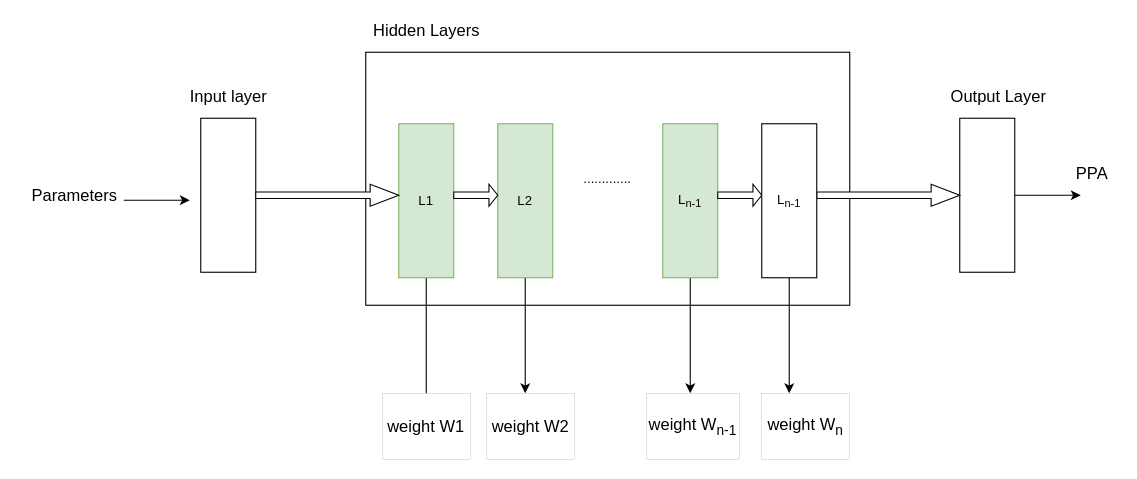
Before: diag1.drawio in AbhishekSengupta7/EDA-Seminar-TU-Munich, a draw.io diagram. Source tidied: cells renumbered, new cells numbered last; positions are measured from the earlier drawing's top-left corner, leaving out a move shared by most shapes. Both pictures are drawn from the tidied source at 110%, with x=0, y=0 at pixel (24, 19).
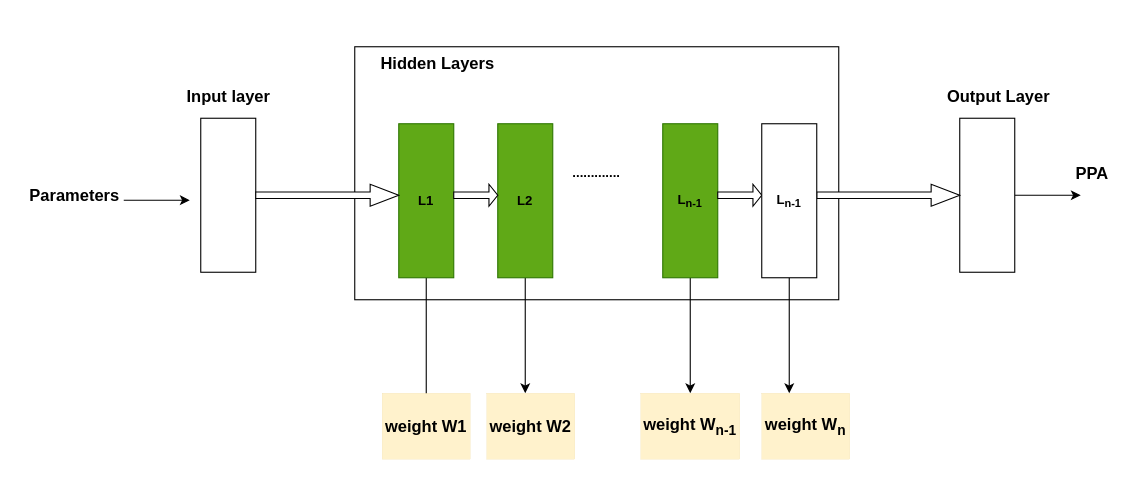
The same page after the edit.

Diff of the diagram source:
```diff
@@
-    <mxCell id="2" value="............." style="rounded=0;whiteSpace=wrap;html=1;" parent="1" vertex="1">
-      <mxGeometry x="310" y="30" width="440" height="230" as="geometry" />
+    <mxCell id="2" value="............." style="rounded=0;whiteSpace=wrap;html=1;fontStyle=1;" parent="1" vertex="1">
+      <mxGeometry x="300" y="25" width="440" height="230" as="geometry" />
     </mxCell>
-    <mxCell id="3" style="edgeStyle=orthogonalEdgeStyle;rounded=0;jettySize=auto;html=1;exitX=0.5;exitY=1;exitDx=0;exitDy=0;fontSize=4;" parent="1" edge="1" source="4">
+    <mxCell id="3" style="edgeStyle=orthogonalEdgeStyle;rounded=0;jettySize=auto;html=1;exitX=0.5;exitY=1;exitDx=0;exitDy=0;fontSize=4;fontStyle=1;" parent="1" edge="1" source="4">
       <mxGeometry relative="1" as="geometry">
         <mxPoint x="365" y="350" as="targetPoint" />
       </mxGeometry>
     </mxCell>
-    <mxCell id="4" value="L1" style="rounded=0;whiteSpace=wrap;html=1;fillColor=#d5e8d4;strokeColor=#82b366;" parent="1" vertex="1">
+    <mxCell id="4" value="L1" style="rounded=0;whiteSpace=wrap;html=1;fillColor=#60a917;strokeColor=#2D7600;fontStyle=1;fontColor=#000000;" parent="1" vertex="1">
       <mxGeometry x="340" y="95" width="50" height="140" as="geometry" />
     </mxCell>
-    <mxCell id="5" style="edgeStyle=orthogonalEdgeStyle;rounded=0;jettySize=auto;html=1;exitX=0.5;exitY=1;exitDx=0;exitDy=0;fontSize=15;" parent="1" edge="1" source="6">
+    <mxCell id="5" style="edgeStyle=orthogonalEdgeStyle;rounded=0;jettySize=auto;html=1;exitX=0.5;exitY=1;exitDx=0;exitDy=0;fontSize=15;fontStyle=1;" parent="1" edge="1" source="6">
       <mxGeometry relative="1" as="geometry">
         <mxPoint x="455" y="340" as="targetPoint" />
       </mxGeometry>
     </mxCell>
-    <mxCell id="6" value="L2" style="rounded=0;whiteSpace=wrap;html=1;fillColor=#d5e8d4;strokeColor=#82b366;" parent="1" vertex="1">
+    <mxCell id="6" value="L2" style="rounded=0;whiteSpace=wrap;html=1;fillColor=#60a917;strokeColor=#2D7600;fontStyle=1;fontColor=#000000;" parent="1" vertex="1">
       <mxGeometry x="430" y="95" width="50" height="140" as="geometry" />
     </mxCell>
-    <mxCell id="7" style="edgeStyle=orthogonalEdgeStyle;rounded=0;jettySize=auto;html=1;exitX=0.5;exitY=1;exitDx=0;exitDy=0;fontSize=15;" parent="1" edge="1" source="8">
+    <mxCell id="7" style="edgeStyle=orthogonalEdgeStyle;rounded=0;jettySize=auto;html=1;exitX=0.5;exitY=1;exitDx=0;exitDy=0;fontSize=15;fontStyle=1;" parent="1" edge="1" source="8">
       <mxGeometry relative="1" as="geometry">
         <mxPoint x="605" y="340" as="targetPoint" />
       </mxGeometry>
     </mxCell>
-    <mxCell id="8" value="L&lt;sub&gt;n-1&lt;/sub&gt;" style="rounded=0;whiteSpace=wrap;html=1;fillColor=#d5e8d4;strokeColor=#82b366;" parent="1" vertex="1">
+    <mxCell id="8" value="L&lt;sub&gt;n-1&lt;/sub&gt;" style="rounded=0;whiteSpace=wrap;html=1;fillColor=#60a917;strokeColor=#2D7600;fontStyle=1;fontColor=#000000;" parent="1" vertex="1">
       <mxGeometry x="580" y="95" width="50" height="140" as="geometry" />
     </mxCell>
-    <mxCell id="9" style="edgeStyle=orthogonalEdgeStyle;rounded=0;orthogonalLoop=1;jettySize=auto;html=1;exitX=0;exitY=0.5;exitDx=0;exitDy=0;fontSize=15;entryX=0;entryY=0.5;entryDx=0;entryDy=0;" parent="1" edge="1" source="10" target="10">
+    <mxCell id="9" style="edgeStyle=orthogonalEdgeStyle;rounded=0;orthogonalLoop=1;jettySize=auto;html=1;exitX=0;exitY=0.5;exitDx=0;exitDy=0;fontSize=15;entryX=0;entryY=0.5;entryDx=0;entryDy=0;fontStyle=1;" parent="1" edge="1" source="10" target="10">
       <mxGeometry relative="1" as="geometry" />
     </mxCell>
-    <mxCell id="10" style="rounded=0;whiteSpace=wrap;html=1;" parent="1" vertex="1">
+    <mxCell id="10" style="rounded=0;whiteSpace=wrap;html=1;fontStyle=1;" parent="1" vertex="1">
       <mxGeometry x="160" y="90" width="50" height="140" as="geometry" />
     </mxCell>
-    <mxCell id="11" style="edgeStyle=orthogonalEdgeStyle;rounded=0;jettySize=auto;html=1;exitX=1;exitY=0.5;exitDx=0;exitDy=0;fontSize=15;" parent="1" edge="1" source="12">
+    <mxCell id="11" style="edgeStyle=orthogonalEdgeStyle;rounded=0;jettySize=auto;html=1;exitX=1;exitY=0.5;exitDx=0;exitDy=0;fontSize=15;fontStyle=1;" parent="1" edge="1" source="12">
       <mxGeometry relative="1" as="geometry">
         <mxPoint x="960" y="160" as="targetPoint" />
       </mxGeometry>
     </mxCell>
-    <mxCell id="12" style="rounded=0;whiteSpace=wrap;html=1;" parent="1" vertex="1">
+    <mxCell id="12" style="rounded=0;whiteSpace=wrap;html=1;fontStyle=1;" parent="1" vertex="1">
       <mxGeometry x="850" y="90" width="50" height="140" as="geometry" />
     </mxCell>
-    <mxCell id="13" style="shape=singleArrow;whiteSpace=wrap;html=1;" parent="1" vertex="1">
+    <mxCell id="13" style="shape=singleArrow;whiteSpace=wrap;html=1;fontStyle=1;" parent="1" vertex="1">
       <mxGeometry x="720" y="150" width="130" height="20" as="geometry" />
     </mxCell>
-    <mxCell id="14" style="shape=singleArrow;whiteSpace=wrap;html=1;" parent="1" vertex="1">
+    <mxCell id="14" style="shape=singleArrow;whiteSpace=wrap;html=1;fontStyle=1;" parent="1" vertex="1">
       <mxGeometry x="390" y="150" width="40" height="20" as="geometry" />
     </mxCell>
-    <mxCell id="15" style="shape=singleArrow;whiteSpace=wrap;html=1;" parent="1" vertex="1">
+    <mxCell id="15" style="shape=singleArrow;whiteSpace=wrap;html=1;fontStyle=1;" parent="1" vertex="1">
       <mxGeometry x="630" y="150" width="40" height="20" as="geometry" />
     </mxCell>
-    <mxCell id="16" style="shape=singleArrow;whiteSpace=wrap;html=1;" parent="1" vertex="1">
+    <mxCell id="16" style="shape=singleArrow;whiteSpace=wrap;html=1;fontStyle=1;" parent="1" vertex="1">
       <mxGeometry x="210" y="150" width="130" height="20" as="geometry" />
     </mxCell>
-    <mxCell id="17" value="&lt;span style=&quot;font-size: 15px&quot;&gt;weight W1&lt;/span&gt;" style="whiteSpace=wrap;html=1;fontSize=4;strokeWidth=0;" parent="1" vertex="1">
+    <mxCell id="17" value="&lt;span style=&quot;font-size: 15px&quot;&gt;weight W1&lt;/span&gt;" style="whiteSpace=wrap;html=1;fontSize=4;strokeWidth=0;fontStyle=1;fillColor=#fff2cc;strokeColor=#d6b656;" parent="1" vertex="1">
       <mxGeometry x="325" y="340" width="80" height="60" as="geometry" />
     </mxCell>
-    <mxCell id="18" value="&lt;span style=&quot;font-size: 15px&quot;&gt;weight W2&lt;/span&gt;" style="whiteSpace=wrap;html=1;fontSize=4;strokeWidth=0;" parent="1" vertex="1">
+    <mxCell id="18" value="&lt;span style=&quot;font-size: 15px&quot;&gt;weight W2&lt;/span&gt;" style="whiteSpace=wrap;html=1;fontSize=4;strokeWidth=0;fontStyle=1;fillColor=#fff2cc;strokeColor=#d6b656;" parent="1" vertex="1">
       <mxGeometry x="420" y="340" width="80" height="60" as="geometry" />
     </mxCell>
-    <mxCell id="19" value="&lt;span style=&quot;font-size: 15px&quot;&gt;weight W&lt;sub&gt;n&lt;/sub&gt;&lt;/span&gt;" style="whiteSpace=wrap;html=1;fontSize=4;strokeWidth=0;" parent="1" vertex="1">
+    <mxCell id="19" value="&lt;span style=&quot;font-size: 15px&quot;&gt;weight W&lt;sub&gt;n&lt;/sub&gt;&lt;/span&gt;" style="whiteSpace=wrap;html=1;fontSize=4;strokeWidth=0;fontStyle=1;fillColor=#fff2cc;strokeColor=#d6b656;" parent="1" vertex="1">
       <mxGeometry x="670" y="340" width="80" height="60" as="geometry" />
     </mxCell>
-    <mxCell id="20" value="&lt;span style=&quot;font-size: 15px&quot;&gt;weight W&lt;sub&gt;n-1&lt;/sub&gt;&lt;/span&gt;" style="whiteSpace=wrap;html=1;fontSize=4;strokeWidth=0;" parent="1" vertex="1">
-      <mxGeometry x="565" y="340" width="85" height="60" as="geometry" />
+    <mxCell id="20" value="&lt;span style=&quot;font-size: 15px&quot;&gt;weight W&lt;sub&gt;n-1&lt;/sub&gt;&lt;/span&gt;" style="whiteSpace=wrap;html=1;fontSize=4;strokeWidth=0;fontStyle=1;fillColor=#fff2cc;strokeColor=#d6b656;" parent="1" vertex="1">
+      <mxGeometry x="560" y="340" width="90" height="60" as="geometry" />
     </mxCell>
-    <mxCell id="21" style="edgeStyle=orthogonalEdgeStyle;rounded=0;jettySize=auto;html=1;exitX=0.5;exitY=1;exitDx=0;exitDy=0;fontSize=15;" parent="1" edge="1" source="22">
+    <mxCell id="21" style="edgeStyle=orthogonalEdgeStyle;rounded=0;jettySize=auto;html=1;exitX=0.5;exitY=1;exitDx=0;exitDy=0;fontSize=15;fontStyle=1;" parent="1" edge="1" source="22">
       <mxGeometry relative="1" as="geometry">
         <mxPoint x="695" y="340" as="targetPoint" />
       </mxGeometry>
     </mxCell>
-    <mxCell id="22" value="L&lt;sub&gt;n-1&lt;/sub&gt;" style="rounded=0;whiteSpace=wrap;html=1;" parent="1" vertex="1">
+    <mxCell id="22" value="L&lt;sub&gt;n-1&lt;/sub&gt;" style="rounded=0;whiteSpace=wrap;html=1;fontStyle=1;fontColor=#000000;" parent="1" vertex="1">
       <mxGeometry x="670" y="95" width="50" height="140" as="geometry" />
     </mxCell>
-    <mxCell id="23" value="Hidden Layers" style="text;html=1;align=center;verticalAlign=middle;strokeColor=none;fillColor=none;fontSize=15;" parent="1" vertex="1">
-      <mxGeometry x="310" width="110" height="20" as="geometry" />
+    <mxCell id="23" value="Hidden Layers" style="text;html=1;align=center;verticalAlign=middle;strokeColor=none;fillColor=none;fontSize=15;fontStyle=1;" parent="1" vertex="1">
+      <mxGeometry x="315" y="30" width="120" height="20" as="geometry" />
     </mxCell>
-    <mxCell id="24" value="Input layer" style="text;html=1;align=center;verticalAlign=middle;strokeColor=none;fillColor=none;fontSize=15;" parent="1" vertex="1">
+    <mxCell id="24" value="Input layer" style="text;html=1;align=center;verticalAlign=middle;strokeColor=none;fillColor=none;fontSize=15;fontStyle=1;" parent="1" vertex="1">
       <mxGeometry x="140" y="60" width="90" height="20" as="geometry" />
     </mxCell>
-    <mxCell id="25" value="Output Layer" style="text;html=1;align=center;verticalAlign=middle;strokeColor=none;fillColor=none;fontSize=15;" parent="1" vertex="1">
-      <mxGeometry x="835" y="60" width="100" height="20" as="geometry" />
+    <mxCell id="25" value="Output Layer" style="text;html=1;align=center;verticalAlign=middle;strokeColor=none;fillColor=none;fontSize=15;fontStyle=1;" parent="1" vertex="1">
+      <mxGeometry x="830" y="60" width="110" height="20" as="geometry" />
     </mxCell>
-    <mxCell id="26" value="PPA" style="text;html=1;align=center;verticalAlign=middle;strokeColor=none;fillColor=none;fontSize=15;" parent="1" vertex="1">
-      <mxGeometry x="950" y="130" width="40" height="20" as="geometry" />
+    <mxCell id="26" value="PPA" style="text;html=1;align=center;verticalAlign=middle;strokeColor=none;fillColor=none;fontSize=15;fontStyle=1;" parent="1" vertex="1">
+      <mxGeometry x="945" y="130" width="50" height="20" as="geometry" />
     </mxCell>
-    <mxCell id="27" style="edgeStyle=orthogonalEdgeStyle;rounded=0;orthogonalLoop=1;jettySize=auto;html=1;exitX=1;exitY=0.5;exitDx=0;exitDy=0;fontSize=15;" parent="1" edge="1">
+    <mxCell id="27" style="edgeStyle=orthogonalEdgeStyle;rounded=0;orthogonalLoop=1;jettySize=auto;html=1;exitX=1;exitY=0.5;exitDx=0;exitDy=0;fontSize=15;fontStyle=1;" parent="1" edge="1">
       <mxGeometry relative="1" as="geometry">
         <mxPoint x="90" y="164.5" as="sourcePoint" />
         <mxPoint x="150" y="164.5" as="targetPoint" />
       </mxGeometry>
     </mxCell>
-    <mxCell id="28" value="Parameters" style="text;html=1;align=center;verticalAlign=middle;strokeColor=none;fillColor=none;fontSize=15;" parent="1" vertex="1">
-      <mxGeometry y="150" width="90" height="20" as="geometry" />
+    <mxCell id="28" value="Parameters" style="text;html=1;align=center;verticalAlign=middle;strokeColor=none;fillColor=none;fontSize=15;fontStyle=1;" parent="1" vertex="1">
+      <mxGeometry x="-5" y="150" width="100" height="20" as="geometry" />
     </mxCell>
```
